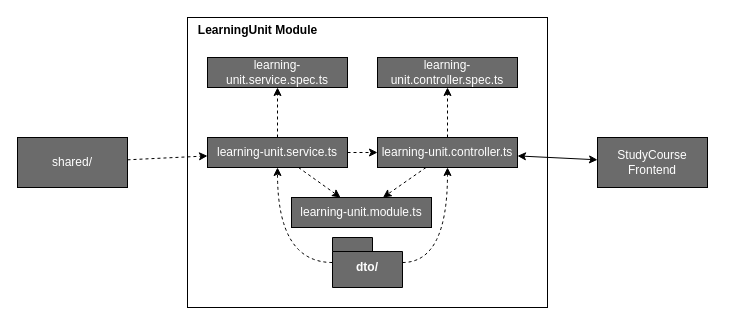
Before: Copy of Building_Block_lcms_level_4_2.drawio in MarkTkachov/lcms_diagrams, a draw.io diagram. Source tidied: cells renumbered, new cells numbered last; positions are measured from the earlier drawing's top-left corner, leaving out a move shared by most shapes. Both pictures are drawn from the tidied source at 100%, with x=0, y=0 at pixel (17, 17).
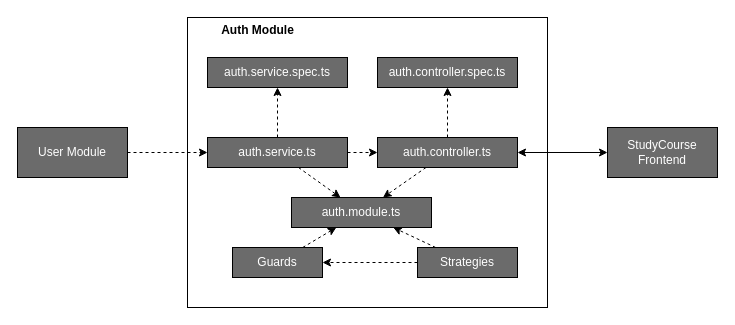
After the change.

What changed in the source:
```diff
@@
-    <mxCell id="3" value="LearningUnit Module" style="text;align=center;fontStyle=1;verticalAlign=middle;spacingLeft=3;spacingRight=3;strokeColor=none;html=1;" parent="1" vertex="1">
+    <mxCell id="3" value="Auth Module" style="text;align=center;fontStyle=1;verticalAlign=middle;spacingLeft=3;spacingRight=3;strokeColor=none;html=1;" parent="1" vertex="1">
       <mxGeometry x="200" width="80" height="26" as="geometry" />
     </mxCell>
@@
-    <mxCell id="5" value="shared/" style="html=1;whiteSpace=wrap;fillColor=#6B6B6B;fontColor=#FFFFFF;" parent="1" vertex="1">
-      <mxGeometry y="120" width="110" height="50" as="geometry" />
+    <mxCell id="5" value="User Module" style="html=1;whiteSpace=wrap;fillColor=#6B6B6B;fontColor=#FFFFFF;" parent="1" vertex="1">
+      <mxGeometry y="110" width="110" height="50" as="geometry" />
     </mxCell>
@@
     <mxCell id="7" value="StudyCourse Frontend" style="html=1;whiteSpace=wrap;fillColor=#6B6B6B;fontColor=#FFFFFF;" parent="1" vertex="1">
-      <mxGeometry x="580" y="120" width="110" height="50" as="geometry" />
+      <mxGeometry x="590" y="110" width="110" height="50" as="geometry" />
     </mxCell>
-    <mxCell id="8" style="edgeStyle=orthogonalEdgeStyle;rounded=0;jettySize=auto;html=1;curved=1;dashed=1;" parent="1" edge="1" source="10" target="14">
-      <mxGeometry relative="1" as="geometry">
-        <Array as="points">
-          <mxPoint x="430" y="245" />
-        </Array>
-      </mxGeometry>
-    </mxCell>
-    <mxCell id="9" style="edgeStyle=orthogonalEdgeStyle;rounded=0;jettySize=auto;html=1;curved=1;dashed=1;" parent="1" edge="1" source="10" target="18">
-      <mxGeometry relative="1" as="geometry">
-        <Array as="points">
-          <mxPoint x="260" y="245" />
-        </Array>
-      </mxGeometry>
-    </mxCell>
-    <mxCell id="10" value="dto/" style="shape=folder;fontStyle=1;spacingTop=10;tabWidth=40;tabHeight=14;tabPosition=left;html=1;whiteSpace=wrap;fillColor=#6B6B6B;fontColor=#FFFFFF;" parent="1" vertex="1">
-      <mxGeometry x="315" y="220" width="70" height="50" as="geometry" />
-    </mxCell>
-    <mxCell id="11" value="learning-unit.module.ts" style="html=1;whiteSpace=wrap;fillColor=#6B6B6B;fontColor=#FFFFFF;" parent="1" vertex="1">
+    <mxCell id="11" value="auth.module.ts" style="html=1;whiteSpace=wrap;fillColor=#6B6B6B;fontColor=#FFFFFF;" parent="1" vertex="1">
       <mxGeometry x="274" y="180" width="140" height="30" as="geometry" />
     </mxCell>
@@
-    <mxCell id="14" value="learning-unit.controller.ts" style="html=1;whiteSpace=wrap;fillColor=#6B6B6B;fontColor=#FFFFFF;" parent="1" vertex="1">
+    <mxCell id="14" value="auth.controller.ts" style="html=1;whiteSpace=wrap;fillColor=#6B6B6B;fontColor=#FFFFFF;" parent="1" vertex="1">
       <mxGeometry x="360" y="120" width="140" height="30" as="geometry" />
     </mxCell>
@@
-    <mxCell id="18" value="learning-unit.service.ts" style="html=1;whiteSpace=wrap;fillColor=#6B6B6B;fontColor=#FFFFFF;" parent="1" vertex="1">
+    <mxCell id="18" value="auth.service.ts" style="html=1;whiteSpace=wrap;fillColor=#6B6B6B;fontColor=#FFFFFF;" parent="1" vertex="1">
       <mxGeometry x="190" y="120" width="140" height="30" as="geometry" />
     </mxCell>
-    <mxCell id="19" value="learning-unit.controller.spec.ts" style="html=1;whiteSpace=wrap;strokeColor=#000000;fillColor=#6B6B6B;fontColor=#FFFFFF;" parent="1" vertex="1">
+    <mxCell id="19" value="auth.controller.spec.ts" style="html=1;whiteSpace=wrap;strokeColor=#000000;fillColor=#6B6B6B;fontColor=#FFFFFF;" parent="1" vertex="1">
       <mxGeometry x="360" y="40" width="140" height="30" as="geometry" />
     </mxCell>
-    <mxCell id="20" value="learning-unit.service.spec.ts" style="html=1;whiteSpace=wrap;fillColor=#6B6B6B;fontColor=#FFFFFF;" parent="1" vertex="1">
+    <mxCell id="20" value="auth.service.spec.ts" style="html=1;whiteSpace=wrap;fillColor=#6B6B6B;fontColor=#FFFFFF;" parent="1" vertex="1">
       <mxGeometry x="190" y="40" width="140" height="30" as="geometry" />
     </mxCell>
+    <mxCell id="21" style="rounded=0;jettySize=auto;html=1;dashed=1;" parent="1" edge="1" source="23" target="11">
+      <mxGeometry relative="1" as="geometry" />
+    </mxCell>
+    <mxCell id="22" style="rounded=0;jettySize=auto;html=1;dashed=1;" parent="1" edge="1" source="23" target="25">
+      <mxGeometry relative="1" as="geometry" />
+    </mxCell>
+    <mxCell id="23" value="Strategies" style="html=1;whiteSpace=wrap;fillColor=#6B6B6B;fontColor=#FFFFFF;" parent="1" vertex="1">
+      <mxGeometry x="400" y="230" width="100" height="30" as="geometry" />
+    </mxCell>
+    <mxCell id="24" style="rounded=0;jettySize=auto;html=1;dashed=1;" parent="1" edge="1" source="25" target="11">
+      <mxGeometry relative="1" as="geometry" />
+    </mxCell>
+    <mxCell id="25" value="Guards" style="html=1;whiteSpace=wrap;fillColor=#6B6B6B;fontColor=#FFFFFF;" parent="1" vertex="1">
+      <mxGeometry x="215" y="230" width="90" height="30" as="geometry" />
+    </mxCell>
```
